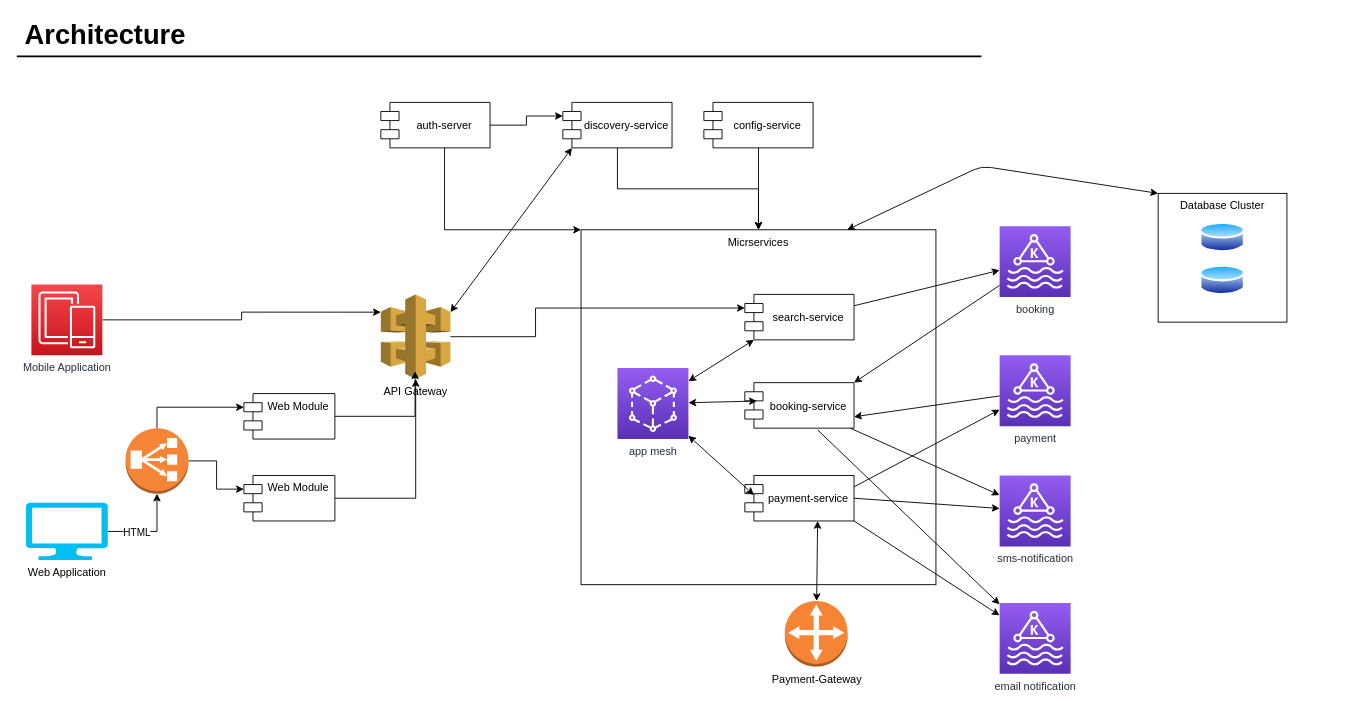
DIL8654/eda-project keeps this draw.io diagram as page "architecture" (1 of 3) of documents/architecture_diagram.drawio. Above is the earlier version. Source tidied: cells renumbered, new cells numbered last; positions are measured from the earlier drawing's top-left corner, leaving out a move shared by most shapes. Both pictures are drawn from the tidied source at 91%, with x=0, y=0 at pixel (16, 15).
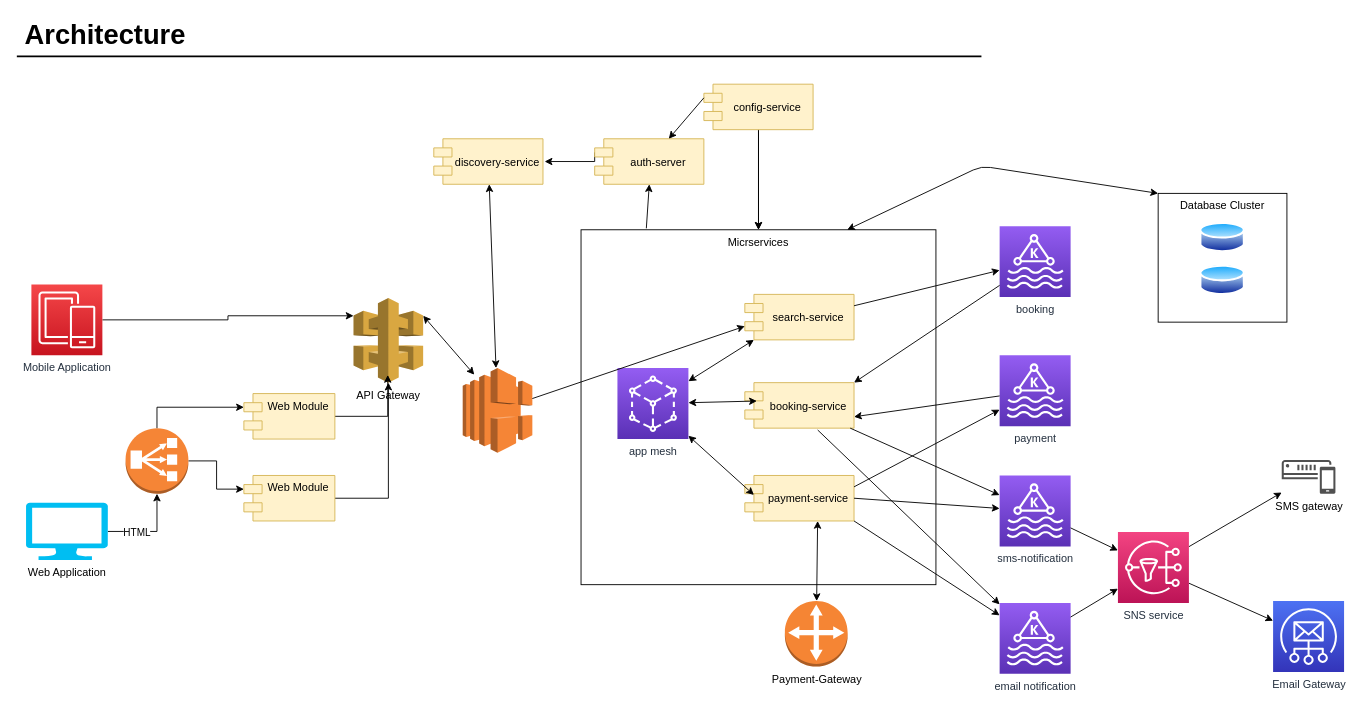
The same diagram, later.

Unchanged cells that the change refers to:
```xml
<mxCell id="3" value="Micrservices" style="whiteSpace=wrap;html=1;verticalAlign=top;" parent="1" vertex="1">
  <mxGeometry x="620" y="236" width="390" height="390" as="geometry" />
</mxCell>
<mxCell id="26" value="sms-notification" style="outlineConnect=0;fontColor=#232F3E;gradientColor=#945DF2;gradientDirection=north;fillColor=#5A30B5;strokeColor=#ffffff;dashed=0;verticalLabelPosition=bottom;verticalAlign=top;align=center;html=1;fontSize=12;fontStyle=0;shape=mxgraph.aws4.resourceIcon;resIcon=mxgraph.aws4.managed_streaming_for_kafka;" parent="1" vertex="1">
  <mxGeometry x="1080" y="506" width="78" height="78" as="geometry" />
</mxCell>
<mxCell id="27" value="email notification" style="outlineConnect=0;fontColor=#232F3E;gradientColor=#945DF2;gradientDirection=north;fillColor=#5A30B5;strokeColor=#ffffff;dashed=0;verticalLabelPosition=bottom;verticalAlign=top;align=center;html=1;fontSize=12;fontStyle=0;shape=mxgraph.aws4.resourceIcon;resIcon=mxgraph.aws4.managed_streaming_for_kafka;" parent="1" vertex="1">
  <mxGeometry x="1080" y="646" width="78" height="78" as="geometry" />
</mxCell>
```

What changed in the source:
```diff
@@
-    <mxCell id="10" style="edgeStyle=orthogonalEdgeStyle;rounded=0;jettySize=auto;html=1;entryX=0;entryY=0;entryDx=0;entryDy=15;entryPerimeter=0;" parent="1" edge="1" source="11" target="28">
-      <mxGeometry relative="1" as="geometry">
-        <Array as="points">
-          <mxPoint x="570" y="354" />
-          <mxPoint x="570" y="322" />
-        </Array>
-      </mxGeometry>
-    </mxCell>
     <mxCell id="11" value="API Gateway" style="outlineConnect=0;dashed=0;verticalLabelPosition=bottom;verticalAlign=top;align=center;html=1;shape=mxgraph.aws3.api_gateway;fillColor=#D9A741;gradientColor=none;" parent="1" vertex="1">
-      <mxGeometry x="400" y="307" width="76.5" height="93" as="geometry" />
+      <mxGeometry x="370" y="311" width="76.5" height="93" as="geometry" />
     </mxCell>
@@
-    <mxCell id="16" value="Web Module" style="shape=module;align=left;spacingLeft=20;align=center;verticalAlign=top;" parent="1" vertex="1">
+    <mxCell id="16" value="Web Module" style="shape=module;align=left;spacingLeft=20;align=center;verticalAlign=top;fillColor=#fff2cc;strokeColor=#d6b656;" parent="1" vertex="1">
       <mxGeometry x="249.5" y="416" width="100" height="50" as="geometry" />
     </mxCell>
@@
-    <mxCell id="18" value="Web Module" style="shape=module;align=left;spacingLeft=20;align=center;verticalAlign=top;" parent="1" vertex="1">
+    <mxCell id="18" value="Web Module" style="shape=module;align=left;spacingLeft=20;align=center;verticalAlign=top;fillColor=#fff2cc;strokeColor=#d6b656;" parent="1" vertex="1">
       <mxGeometry x="249.5" y="506" width="100" height="50" as="geometry" />
     </mxCell>
@@
-    <mxCell id="20" style="edgeStyle=orthogonalEdgeStyle;rounded=0;jettySize=auto;html=1;" parent="1" edge="1" source="21" target="3">
+    <mxCell id="20" style="edgeStyle=orthogonalEdgeStyle;rounded=0;jettySize=auto;html=1;" parent="1" edge="1" source="23" target="3">
       <mxGeometry relative="1" as="geometry" />
     </mxCell>
-    <mxCell id="21" value="discovery-service" style="shape=module;align=left;spacingLeft=20;align=center;verticalAlign=middle;" parent="1" vertex="1">
-      <mxGeometry x="600" y="96" width="120" height="50" as="geometry" />
+    <mxCell id="21" value="discovery-service" style="shape=module;align=left;spacingLeft=20;align=center;verticalAlign=middle;fillColor=#fff2cc;strokeColor=#d6b656;" parent="1" vertex="1">
+      <mxGeometry x="458.2" y="136" width="120" height="50" as="geometry" />
     </mxCell>
@@
-    <mxCell id="23" value="config-service" style="shape=module;align=left;spacingLeft=20;align=center;verticalAlign=middle;" parent="1" vertex="1">
-      <mxGeometry x="755" y="96" width="120" height="50" as="geometry" />
-    </mxCell>
@@
-    <mxCell id="28" value="search-service" style="shape=module;align=left;spacingLeft=20;align=center;verticalAlign=middle;" parent="1" vertex="1">
+    <mxCell id="28" value="search-service" style="shape=module;align=left;spacingLeft=20;align=center;verticalAlign=middle;fillColor=#fff2cc;strokeColor=#d6b656;" parent="1" vertex="1">
       <mxGeometry x="800" y="307" width="120" height="50" as="geometry" />
     </mxCell>
-    <mxCell id="29" value="booking-service" style="shape=module;align=left;spacingLeft=20;align=center;verticalAlign=middle;" parent="1" vertex="1">
+    <mxCell id="29" value="booking-service" style="shape=module;align=left;spacingLeft=20;align=center;verticalAlign=middle;fillColor=#fff2cc;strokeColor=#d6b656;" parent="1" vertex="1">
       <mxGeometry x="800" y="404" width="120" height="50" as="geometry" />
     </mxCell>
-    <mxCell id="30" value="payment-service" style="shape=module;align=left;spacingLeft=20;align=center;verticalAlign=middle;" parent="1" vertex="1">
+    <mxCell id="30" value="payment-service" style="shape=module;align=left;spacingLeft=20;align=center;verticalAlign=middle;fillColor=#fff2cc;strokeColor=#d6b656;" parent="1" vertex="1">
       <mxGeometry x="800" y="506" width="120" height="50" as="geometry" />
     </mxCell>
@@
-    <mxCell id="32" style="endArrow=classic;startArrow=classic;html=1;exitX=1;exitY=0.21;exitDx=0;exitDy=0;exitPerimeter=0;entryX=0;entryY=1;entryDx=10;entryDy=0;entryPerimeter=0;" parent="1" edge="1" source="11" target="21">
+    <mxCell id="32" style="endArrow=classic;startArrow=classic;html=1;exitX=1;exitY=0.21;exitDx=0;exitDy=0;exitPerimeter=0;entryX=0.166;entryY=0.078;entryDx=0;entryDy=0;entryPerimeter=0;" parent="1" edge="1" source="11" target="61">
       <mxGeometry relative="1" as="geometry" />
     </mxCell>
@@
-    <mxCell id="49" style="edgeStyle=orthogonalEdgeStyle;rounded=0;jettySize=auto;html=1;entryX=0;entryY=0;entryDx=0;entryDy=0;" parent="1" edge="1" source="51" target="3">
-      <mxGeometry relative="1" as="geometry">
-        <Array as="points">
-          <mxPoint x="470" y="236" />
-        </Array>
-      </mxGeometry>
-    </mxCell>
-    <mxCell id="50" style="edgeStyle=orthogonalEdgeStyle;rounded=0;jettySize=auto;html=1;entryX=0;entryY=0;entryDx=0;entryDy=15;entryPerimeter=0;" parent="1" edge="1" source="51" target="21">
-      <mxGeometry relative="1" as="geometry" />
-    </mxCell>
+    <mxCell id="52" style="edgeStyle=orthogonalEdgeStyle;rounded=0;jettySize=auto;html=1;exitX=0;exitY=0;exitDx=0;exitDy=15;exitPerimeter=0;" parent="1" edge="1" source="51">
+      <mxGeometry relative="1" as="geometry">
+        <mxPoint x="580" y="161" as="targetPoint" />
+        <Array as="points">
+          <mxPoint x="635" y="161" />
+        </Array>
+      </mxGeometry>
+    </mxCell>
-    <mxCell id="51" value="auth-server" style="shape=module;align=left;spacingLeft=20;align=center;verticalAlign=middle;" parent="1" vertex="1">
-      <mxGeometry x="400" y="96" width="120" height="50" as="geometry" />
+    <mxCell id="51" value="auth-server" style="shape=module;align=left;spacingLeft=20;align=center;verticalAlign=middle;fillColor=#fff2cc;strokeColor=#d6b656;" parent="1" vertex="1">
+      <mxGeometry x="635" y="136" width="120" height="50" as="geometry" />
     </mxCell>
+    <mxCell id="53" value="SMS gateway" style="shadow=0;dashed=0;html=1;strokeColor=none;fillColor=#505050;labelPosition=center;verticalLabelPosition=bottom;verticalAlign=top;outlineConnect=0;align=center;shape=mxgraph.office.communications.sms_gateway;" parent="1" vertex="1">
+      <mxGeometry x="1390" y="489" width="59" height="37" as="geometry" />
+    </mxCell>
+    <mxCell id="54" value="Email Gateway" style="outlineConnect=0;fontColor=#232F3E;gradientColor=#4D72F3;gradientDirection=north;fillColor=#3334B9;strokeColor=#ffffff;dashed=0;verticalLabelPosition=bottom;verticalAlign=top;align=center;html=1;fontSize=12;fontStyle=0;shape=mxgraph.aws4.resourceIcon;resIcon=mxgraph.aws4.simple_email_service;" parent="1" vertex="1">
+      <mxGeometry x="1380.5" y="644" width="78" height="78" as="geometry" />
+    </mxCell>
+    <mxCell id="55" style="endArrow=classic;html=1;" parent="1" edge="1" source="57" target="53">
+      <mxGeometry relative="1" as="geometry" />
+    </mxCell>
+    <mxCell id="56" style="endArrow=classic;html=1;" parent="1" edge="1" source="57" target="54">
+      <mxGeometry relative="1" as="geometry" />
+    </mxCell>
+    <mxCell id="57" value="SNS service" style="outlineConnect=0;fontColor=#232F3E;gradientColor=#F34482;gradientDirection=north;fillColor=#BC1356;strokeColor=#ffffff;dashed=0;verticalLabelPosition=bottom;verticalAlign=top;align=center;html=1;fontSize=12;fontStyle=0;shape=mxgraph.aws4.resourceIcon;resIcon=mxgraph.aws4.sns;" parent="1" vertex="1">
+      <mxGeometry x="1210" y="568" width="78" height="78" as="geometry" />
+    </mxCell>
+    <mxCell id="58" style="endArrow=classic;html=1;" parent="1" edge="1" source="26" target="57">
+      <mxGeometry relative="1" as="geometry" />
+    </mxCell>
+    <mxCell id="59" style="endArrow=classic;html=1;" parent="1" edge="1" source="27" target="57">
+      <mxGeometry relative="1" as="geometry" />
+    </mxCell>
+    <mxCell id="60" style="edgeStyle=orthogonalEdgeStyle;rounded=0;orthogonalLoop=1;jettySize=auto;html=1;exitX=0.5;exitY=1;exitDx=0;exitDy=0;fillColor=#fff2cc;strokeColor=#d6b656;" parent="1" edge="1" source="51" target="51">
+      <mxGeometry relative="1" as="geometry" />
+    </mxCell>
+    <mxCell id="61" style="outlineConnect=0;dashed=0;verticalLabelPosition=bottom;verticalAlign=top;align=center;html=1;shape=mxgraph.aws3.elastic_load_balancing;fillColor=#F58536;gradientColor=none;" parent="1" vertex="1">
+      <mxGeometry x="490" y="388" width="76.5" height="93" as="geometry" />
+    </mxCell>
+    <mxCell id="62" style="endArrow=classic;html=1;entryX=0;entryY=0;entryDx=0;entryDy=35;entryPerimeter=0;" parent="1" edge="1" source="61" target="28">
+      <mxGeometry relative="1" as="geometry" />
+    </mxCell>
+    <mxCell id="63" style="endArrow=classic;startArrow=classic;html=1;" parent="1" edge="1" source="61" target="21">
+      <mxGeometry relative="1" as="geometry" />
+    </mxCell>
+    <mxCell id="23" value="config-service" style="shape=module;align=left;spacingLeft=20;align=center;verticalAlign=middle;fillColor=#fff2cc;strokeColor=#d6b656;" parent="1" vertex="1">
+      <mxGeometry x="755" y="76" width="120" height="50" as="geometry" />
+    </mxCell>
+    <mxCell id="64" style="endArrow=classic;html=1;exitX=0;exitY=0;exitDx=0;exitDy=15;exitPerimeter=0;" parent="1" edge="1" source="23" target="51">
+      <mxGeometry relative="1" as="geometry" />
+    </mxCell>
+    <mxCell id="65" style="endArrow=classic;html=1;entryX=0.5;entryY=1;entryDx=0;entryDy=0;exitX=0.184;exitY=-0.004;exitDx=0;exitDy=0;exitPerimeter=0;" parent="1" edge="1" source="3" target="51">
+      <mxGeometry relative="1" as="geometry" />
+    </mxCell>
```
